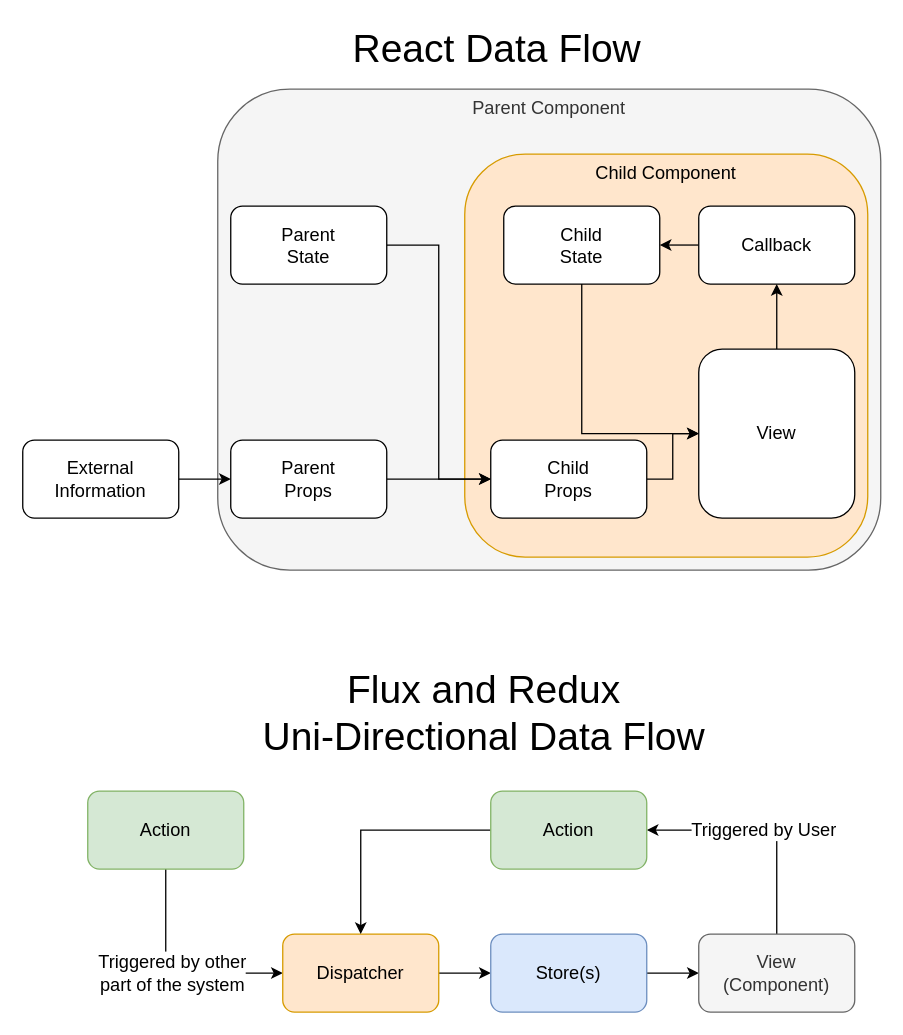
This is page "FluxRedux" (2 of 2) of diagrams/diagrams.drawio from pgeeh/first-to-react, a draw.io file, before an edit. Source tidied: cells renumbered, new cells numbered last; positions are measured from the earlier drawing's top-left corner, leaving out a move shared by most shapes. Both pictures are drawn from the tidied source at 130%, with x=0, y=0 at pixel (22, 22).
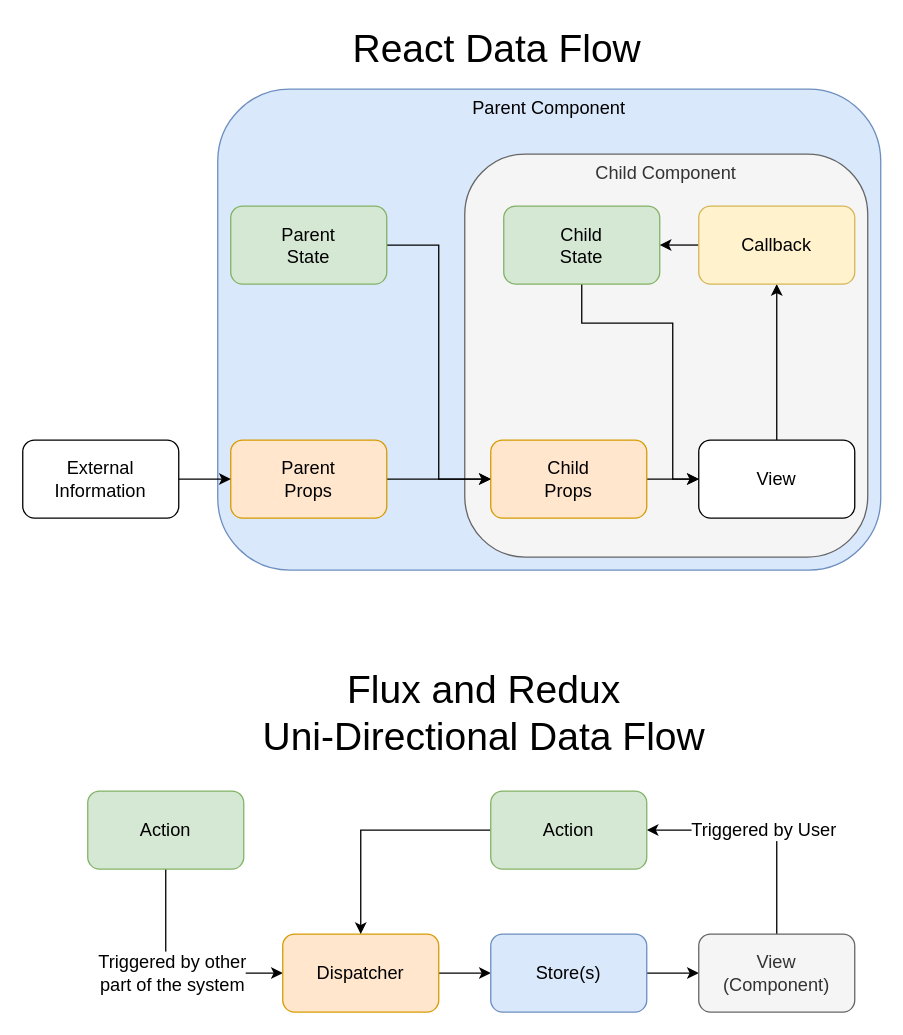
Above is the later version.

The edit, as a diff of the source:
```diff
@@
-    <mxCell id="2" value="Parent Component" style="rounded=1;whiteSpace=wrap;html=1;fontSize=14;verticalAlign=top;fillColor=#f5f5f5;strokeColor=#666666;fontColor=#333333;" parent="1" vertex="1">
+    <mxCell id="2" value="Parent Component" style="rounded=1;whiteSpace=wrap;html=1;fontSize=14;verticalAlign=top;fillColor=#dae8fc;strokeColor=#6c8ebf;" parent="1" vertex="1">
       <mxGeometry x="150" y="51" width="510" height="370" as="geometry" />
     </mxCell>
-    <mxCell id="3" value="Child Component" style="rounded=1;whiteSpace=wrap;html=1;fontSize=14;verticalAlign=top;fillColor=#ffe6cc;strokeColor=#d79b00;" parent="1" vertex="1">
+    <mxCell id="3" value="Child Component" style="rounded=1;whiteSpace=wrap;html=1;fontSize=14;verticalAlign=top;fillColor=#f5f5f5;strokeColor=#666666;fontColor=#333333;" parent="1" vertex="1">
       <mxGeometry x="340" y="101" width="310" height="310" as="geometry" />
     </mxCell>
@@
-    <mxCell id="16" value="Parent&lt;br&gt;Props" style="rounded=1;whiteSpace=wrap;html=1;fontSize=14;" parent="1" vertex="1">
+    <mxCell id="16" value="Parent&lt;br&gt;Props" style="rounded=1;whiteSpace=wrap;html=1;fontSize=14;fillColor=#ffe6cc;strokeColor=#d79b00;" parent="1" vertex="1">
       <mxGeometry x="160" y="321" width="120" height="60" as="geometry" />
     </mxCell>
     <mxCell id="17" style="edgeStyle=orthogonalEdgeStyle;rounded=0;jettySize=auto;html=1;exitX=0.5;exitY=1;exitDx=0;exitDy=0;entryX=0;entryY=0.5;entryDx=0;entryDy=0;fontSize=14;" parent="1" edge="1" source="18" target="20">
-      <mxGeometry relative="1" as="geometry" />
+      <mxGeometry relative="1" as="geometry">
+        <Array as="points">
+          <mxPoint x="430" y="231" />
+          <mxPoint x="500" y="231" />
+          <mxPoint x="500" y="351" />
+        </Array>
+      </mxGeometry>
     </mxCell>
-    <mxCell id="18" value="Child&lt;br&gt;State" style="rounded=1;whiteSpace=wrap;html=1;fontSize=14;" parent="1" vertex="1">
+    <mxCell id="18" value="Child&lt;br&gt;State" style="rounded=1;whiteSpace=wrap;html=1;fontSize=14;fillColor=#d5e8d4;strokeColor=#82b366;" parent="1" vertex="1">
       <mxGeometry x="370" y="141" width="120" height="60" as="geometry" />
     </mxCell>
@@
     <mxCell id="20" value="View" style="rounded=1;whiteSpace=wrap;html=1;fontSize=14;" parent="1" vertex="1">
-      <mxGeometry x="520" y="251" width="120" height="130" as="geometry" />
+      <mxGeometry x="520" y="321" width="120" height="60" as="geometry" />
     </mxCell>
@@
-    <mxCell id="22" value="Callback" style="rounded=1;whiteSpace=wrap;html=1;fontSize=14;" parent="1" vertex="1">
+    <mxCell id="22" value="Callback" style="rounded=1;whiteSpace=wrap;html=1;fontSize=14;fillColor=#fff2cc;strokeColor=#d6b656;" parent="1" vertex="1">
       <mxGeometry x="520" y="141" width="120" height="60" as="geometry" />
     </mxCell>
@@
-    <mxCell id="25" value="Child&lt;br&gt;Props" style="rounded=1;whiteSpace=wrap;html=1;fontSize=14;" parent="1" vertex="1">
+    <mxCell id="25" value="Child&lt;br&gt;Props" style="rounded=1;whiteSpace=wrap;html=1;fontSize=14;fillColor=#ffe6cc;strokeColor=#d79b00;" parent="1" vertex="1">
       <mxGeometry x="360" y="321" width="120" height="60" as="geometry" />
     </mxCell>
@@
-    <mxCell id="27" value="Parent&lt;br&gt;State" style="rounded=1;whiteSpace=wrap;html=1;fontSize=14;" parent="1" vertex="1">
+    <mxCell id="27" value="Parent&lt;br&gt;State" style="rounded=1;whiteSpace=wrap;html=1;fontSize=14;fillColor=#d5e8d4;strokeColor=#82b366;" parent="1" vertex="1">
       <mxGeometry x="160" y="141" width="120" height="60" as="geometry" />
     </mxCell>
```
